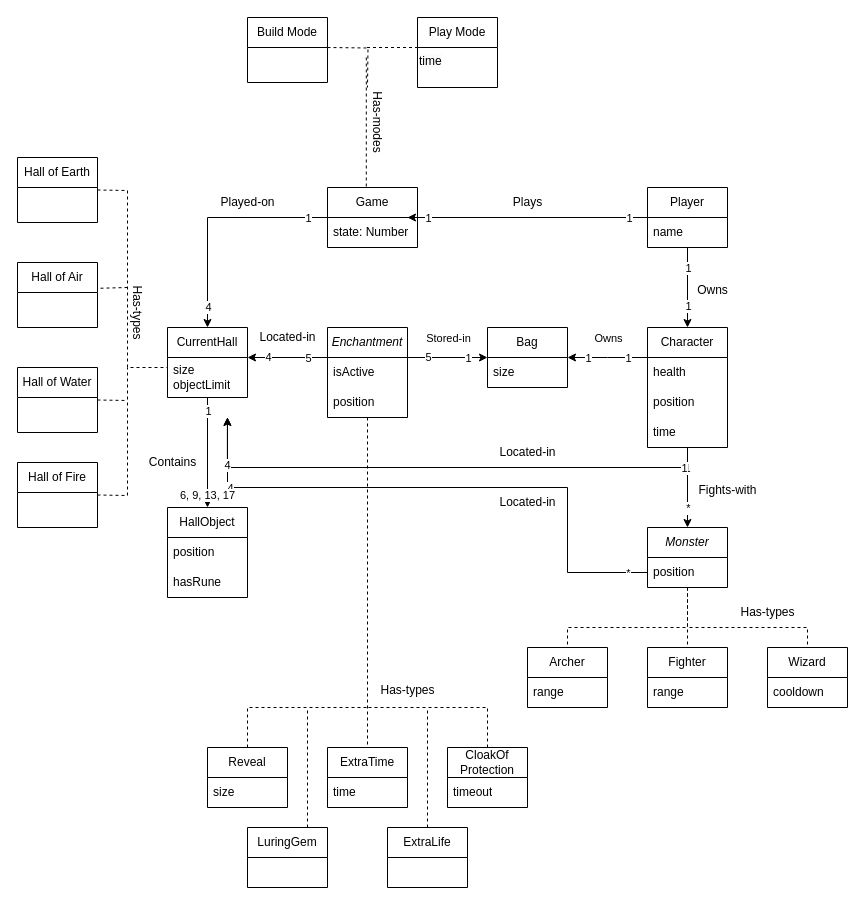
Earlier version of the draw.io diagram domain_model.drawio (zeynepyorulmaz/Rogue-Like). Source tidied: cells renumbered, new cells numbered last; positions are measured from the earlier drawing's top-left corner, leaving out a move shared by most shapes. Both pictures are drawn from the tidied source at 100%, with x=0, y=0 at pixel (17, 17).
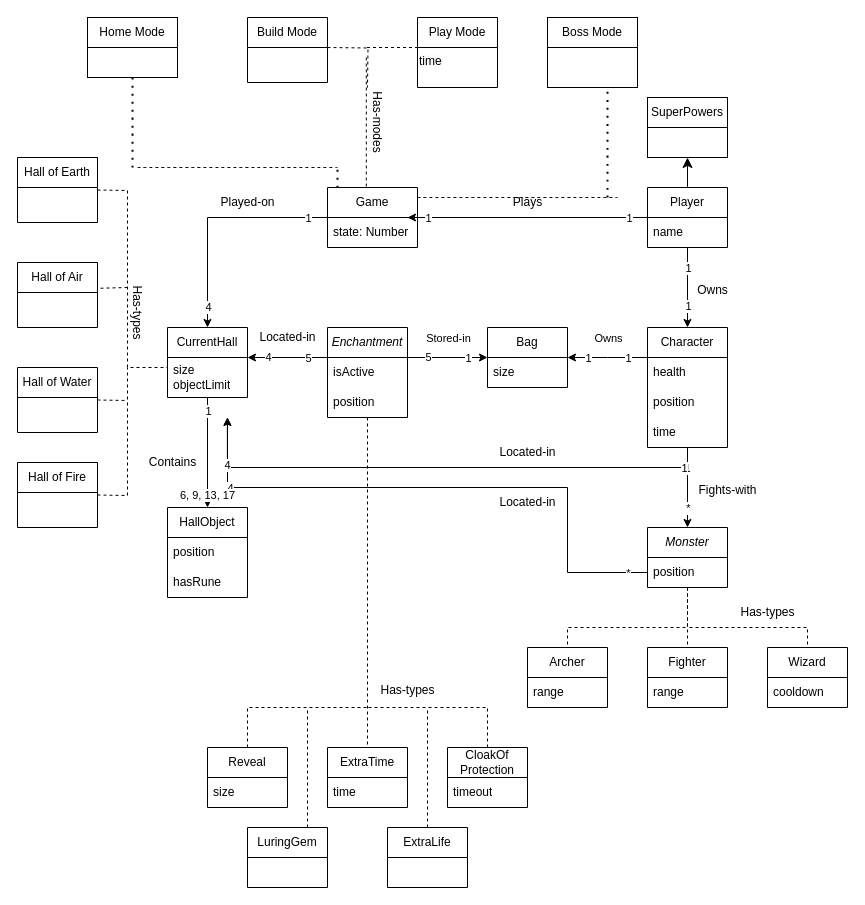
Above is the later version.

The change refers to these unchanged cells:
```xml
<mxCell id="23" value="Player" style="swimlane;fontStyle=0;horizontal=1;startSize=30;whiteSpace=wrap;html=1;" parent="1" vertex="1">
  <mxGeometry x="630" y="170" width="80" height="60" as="geometry" />
</mxCell>
```

Change to the diagram source:
```diff
@@
+    <mxCell id="102" value="Boss Mode" style="rounded=0;whiteSpace=wrap;html=1;" parent="1" vertex="1">
+      <mxGeometry x="530" width="90" height="30" as="geometry" />
+    </mxCell>
+    <mxCell id="103" style="rounded=0;whiteSpace=wrap;html=1;" parent="1" vertex="1">
+      <mxGeometry x="530" y="30" width="90" height="40" as="geometry" />
+    </mxCell>
+    <mxCell id="104" value="Home Mode" style="rounded=0;whiteSpace=wrap;html=1;" parent="1" vertex="1">
+      <mxGeometry x="70" width="90" height="30" as="geometry" />
+    </mxCell>
+    <mxCell id="105" style="rounded=0;whiteSpace=wrap;html=1;" parent="1" vertex="1">
+      <mxGeometry x="70" y="30" width="90" height="30" as="geometry" />
+    </mxCell>
+    <mxCell id="106" style="endArrow=none;dashed=1;html=1;dashPattern=1 3;strokeWidth=2;rounded=0;fontSize=12;startSize=8;endSize=8;curved=1;" parent="1" edge="1">
+      <mxGeometry relative="1" as="geometry">
+        <mxPoint x="590" y="180" as="sourcePoint" />
+        <mxPoint x="590" y="70" as="targetPoint" />
+      </mxGeometry>
+    </mxCell>
+    <mxCell id="107" style="endArrow=none;dashed=1;html=1;dashPattern=1 3;strokeWidth=2;rounded=0;fontSize=12;startSize=8;endSize=8;curved=1;entryX=0.5;entryY=1;entryDx=0;entryDy=0;" parent="1" edge="1" target="105">
+      <mxGeometry relative="1" as="geometry">
+        <mxPoint x="115" y="150" as="sourcePoint" />
+      </mxGeometry>
+    </mxCell>
+    <mxCell id="108" style="endArrow=none;dashed=1;html=1;rounded=0;fontSize=12;startSize=8;endSize=8;curved=1;" parent="1" edge="1">
+      <mxGeometry relative="1" as="geometry">
+        <mxPoint x="400" y="180" as="sourcePoint" />
+        <mxPoint x="600" y="180" as="targetPoint" />
+      </mxGeometry>
+    </mxCell>
+    <mxCell id="109" style="endArrow=none;dashed=1;html=1;rounded=0;fontSize=12;startSize=8;endSize=8;curved=1;" parent="1" edge="1">
+      <mxGeometry relative="1" as="geometry">
+        <mxPoint x="120" y="150" as="sourcePoint" />
+        <mxPoint x="320" y="150" as="targetPoint" />
+      </mxGeometry>
+    </mxCell>
+    <mxCell id="110" style="endArrow=none;dashed=1;html=1;dashPattern=1 3;strokeWidth=2;rounded=0;fontSize=12;startSize=8;endSize=8;curved=1;" parent="1" edge="1">
+      <mxGeometry relative="1" as="geometry">
+        <mxPoint x="320" y="170" as="sourcePoint" />
+        <mxPoint x="320" y="147.5" as="targetPoint" />
+      </mxGeometry>
+    </mxCell>
+    <mxCell id="111" value="SuperPowers" style="rounded=0;whiteSpace=wrap;html=1;" parent="1" vertex="1">
+      <mxGeometry x="630" y="80" width="80" height="30" as="geometry" />
+    </mxCell>
+    <mxCell id="112" style="rounded=0;whiteSpace=wrap;html=1;" parent="1" vertex="1">
+      <mxGeometry x="630" y="110" width="80" height="30" as="geometry" />
+    </mxCell>
+    <mxCell id="113" style="endArrow=classic;html=1;rounded=0;fontSize=12;startSize=8;endSize=8;curved=1;exitX=0.5;exitY=0;exitDx=0;exitDy=0;" parent="1" edge="1" source="23">
+      <mxGeometry relative="1" as="geometry">
+        <mxPoint x="670" y="140" as="targetPoint" />
+      </mxGeometry>
+    </mxCell>
```
